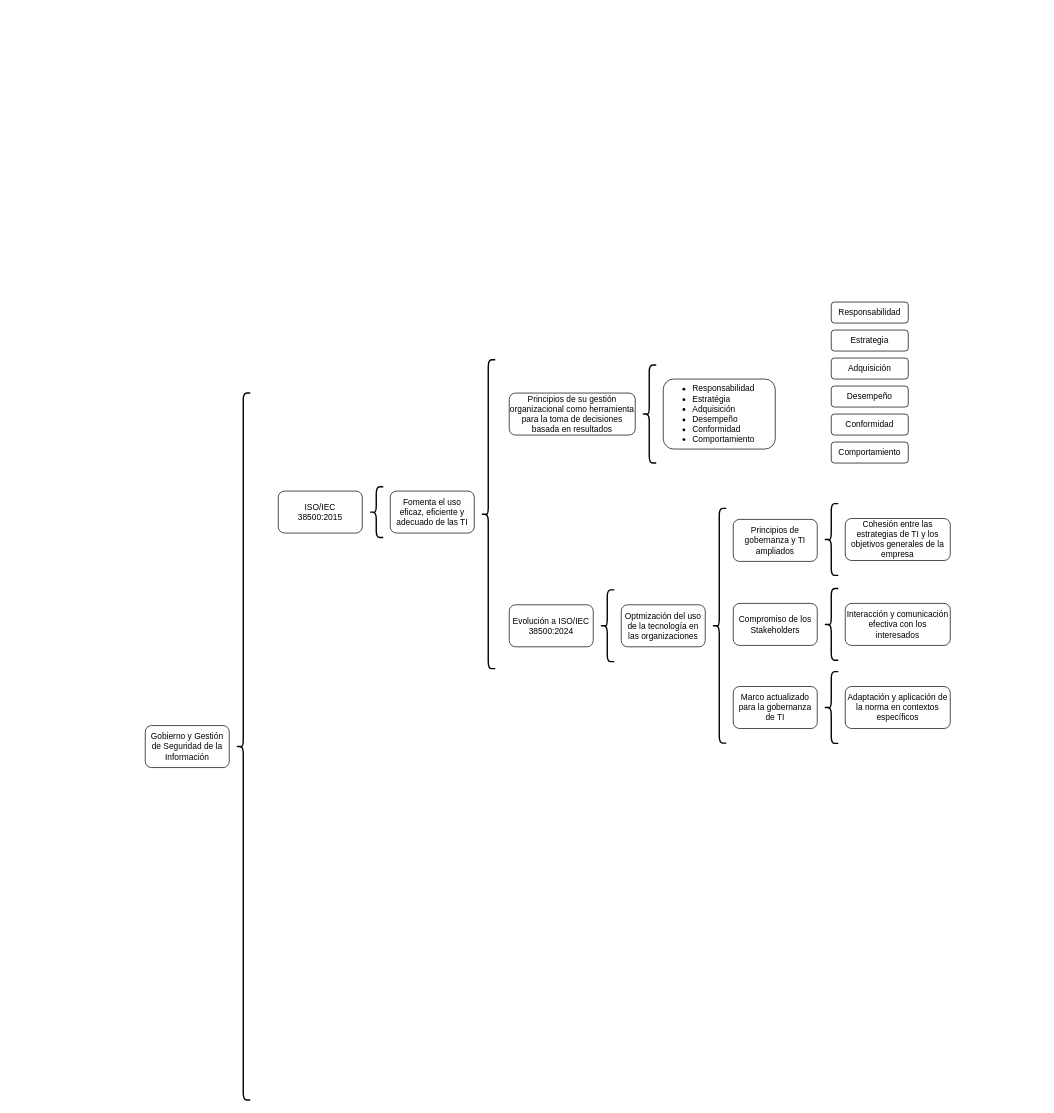
jesusgovanni/diagramas-drawio keeps this draw.io diagram as maestria/Cuadro Sinoptico_Gobierno TI.drawio. Above is the earlier version. Source tidied: cells renumbered, new cells numbered last; positions are measured from the earlier drawing's top-left corner, leaving out a move shared by most shapes. Both pictures are drawn from the tidied source at 70%, with x=0, y=0 at pixel (145, 302).
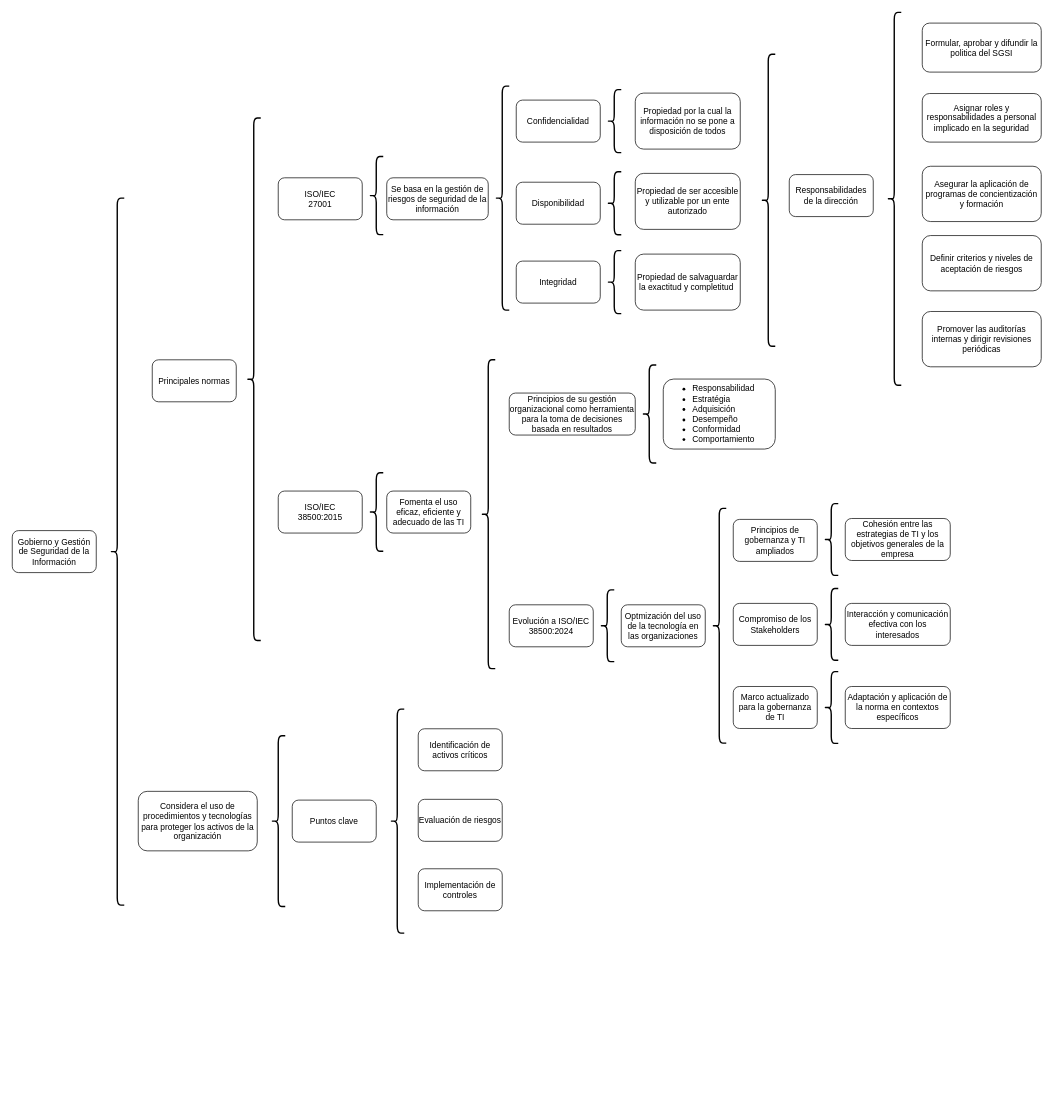
The same page after the edit.

The edit, as a diff of the source:
```diff
@@
     <mxCell id="2" value="Gobierno y Gestión de Seguridad de la Información" style="rounded=1;whiteSpace=wrap;html=1;" parent="1" vertex="1">
-      <mxGeometry y="605" width="120" height="60" as="geometry" />
+      <mxGeometry x="-190" y="326.5" width="120" height="60" as="geometry" />
     </mxCell>
     <mxCell id="3" style="shape=curlyBracket;whiteSpace=wrap;html=1;rounded=1;flipH=1;labelPosition=right;verticalLabelPosition=middle;align=left;verticalAlign=middle;strokeWidth=2;rotation=-180;" parent="1" vertex="1">
-      <mxGeometry x="130" y="130" width="20" height="1010" as="geometry" />
+      <mxGeometry x="-50" y="-148.5" width="20" height="1010" as="geometry" />
     </mxCell>
@@
     <mxCell id="5" style="shape=curlyBracket;whiteSpace=wrap;html=1;rounded=1;flipH=1;labelPosition=right;verticalLabelPosition=middle;align=left;verticalAlign=middle;strokeWidth=2;rotation=-180;" parent="1" vertex="1">
-      <mxGeometry x="320" y="263.8" width="20" height="72.5" as="geometry" />
+      <mxGeometry x="320" y="243.9" width="20" height="112.2" as="geometry" />
     </mxCell>
@@
     <mxCell id="11" value="Fomenta el uso eficaz, eficiente y adecuado de las TI" style="rounded=1;whiteSpace=wrap;html=1;" parent="1" vertex="1">
-      <mxGeometry x="350" y="270" width="120" height="60" as="geometry" />
+      <mxGeometry x="345" y="270" width="120" height="60" as="geometry" />
     </mxCell>
@@
-    <mxCell id="24" value="Responsabilidad" style="rounded=1;whiteSpace=wrap;html=1;" parent="1" vertex="1">
-      <mxGeometry x="980" width="110" height="30" as="geometry" />
-    </mxCell>
-    <mxCell id="25" value="Estrategia" style="rounded=1;whiteSpace=wrap;html=1;" parent="1" vertex="1">
-      <mxGeometry x="980" y="40" width="110" height="30" as="geometry" />
-    </mxCell>
-    <mxCell id="26" value="Adquisición" style="rounded=1;whiteSpace=wrap;html=1;" parent="1" vertex="1">
-      <mxGeometry x="980" y="80" width="110" height="30" as="geometry" />
-    </mxCell>
-    <mxCell id="27" value="Desempeño" style="rounded=1;whiteSpace=wrap;html=1;" parent="1" vertex="1">
-      <mxGeometry x="980" y="120" width="110" height="30" as="geometry" />
-    </mxCell>
-    <mxCell id="28" value="Conformidad" style="rounded=1;whiteSpace=wrap;html=1;" parent="1" vertex="1">
-      <mxGeometry x="980" y="160" width="110" height="30" as="geometry" />
-    </mxCell>
-    <mxCell id="29" value="Comportamiento" style="rounded=1;whiteSpace=wrap;html=1;" parent="1" vertex="1">
-      <mxGeometry x="980" y="200" width="110" height="30" as="geometry" />
-    </mxCell>
+    <mxCell id="30" value="Considera el uso de procedimientos y tecnologías para proteger los activos de la organización" style="rounded=1;whiteSpace=wrap;html=1;" parent="1" vertex="1">
+      <mxGeometry x="-10" y="699" width="170" height="85" as="geometry" />
+    </mxCell>
+    <mxCell id="31" value="Identificación de activos críticos" style="rounded=1;whiteSpace=wrap;html=1;" parent="1" vertex="1">
+      <mxGeometry x="390" y="609.6" width="120" height="60" as="geometry" />
+    </mxCell>
+    <mxCell id="32" value="Evaluación de riesgos" style="rounded=1;whiteSpace=wrap;html=1;" parent="1" vertex="1">
+      <mxGeometry x="390" y="710.4" width="120" height="60" as="geometry" />
+    </mxCell>
+    <mxCell id="33" value="Implementación de controles" style="rounded=1;whiteSpace=wrap;html=1;" parent="1" vertex="1">
+      <mxGeometry x="390" y="809.6" width="120" height="60" as="geometry" />
+    </mxCell>
+    <mxCell id="34" style="shape=curlyBracket;whiteSpace=wrap;html=1;rounded=1;flipH=1;labelPosition=right;verticalLabelPosition=middle;align=left;verticalAlign=middle;strokeWidth=2;rotation=-180;" parent="1" vertex="1">
+      <mxGeometry x="180" y="619.6" width="20" height="243.8" as="geometry" />
+    </mxCell>
+    <mxCell id="35" value="Puntos clave" style="rounded=1;whiteSpace=wrap;html=1;" parent="1" vertex="1">
+      <mxGeometry x="210" y="711.5" width="120" height="60" as="geometry" />
+    </mxCell>
+    <mxCell id="36" style="shape=curlyBracket;whiteSpace=wrap;html=1;rounded=1;flipH=1;labelPosition=right;verticalLabelPosition=middle;align=left;verticalAlign=middle;strokeWidth=2;rotation=-180;" parent="1" vertex="1">
+      <mxGeometry x="350" y="581.5" width="20" height="320" as="geometry" />
+    </mxCell>
+    <mxCell id="37" value="Principales normas" style="rounded=1;whiteSpace=wrap;html=1;" parent="1" vertex="1">
+      <mxGeometry x="10" y="82.5" width="120" height="60" as="geometry" />
+    </mxCell>
+    <mxCell id="38" style="shape=curlyBracket;whiteSpace=wrap;html=1;rounded=1;flipH=1;labelPosition=right;verticalLabelPosition=middle;align=left;verticalAlign=middle;strokeWidth=2;rotation=-180;" parent="1" vertex="1">
+      <mxGeometry x="145" y="-262.9" width="20" height="746.5" as="geometry" />
+    </mxCell>
+    <mxCell id="39" value="ISO/IEC&lt;div&gt;27001&lt;/div&gt;" style="rounded=1;whiteSpace=wrap;html=1;" parent="1" vertex="1">
+      <mxGeometry x="190" y="-177.5" width="120" height="60" as="geometry" />
+    </mxCell>
+    <mxCell id="40" value="Se basa en la gestión de riesgos de seguridad de la información" style="rounded=1;whiteSpace=wrap;html=1;" parent="1" vertex="1">
+      <mxGeometry x="345" y="-177.5" width="145" height="60" as="geometry" />
+    </mxCell>
+    <mxCell id="41" style="shape=curlyBracket;whiteSpace=wrap;html=1;rounded=1;flipH=1;labelPosition=right;verticalLabelPosition=middle;align=left;verticalAlign=middle;strokeWidth=2;rotation=-180;size=0.5;" parent="1" vertex="1">
+      <mxGeometry x="320" y="-207.9" width="20" height="111.6" as="geometry" />
+    </mxCell>
+    <mxCell id="42" value="Confidencialidad" style="rounded=1;whiteSpace=wrap;html=1;" parent="1" vertex="1">
+      <mxGeometry x="530" y="-288.5" width="120" height="60" as="geometry" />
+    </mxCell>
+    <mxCell id="43" value="Disponibilidad" style="rounded=1;whiteSpace=wrap;html=1;" parent="1" vertex="1">
+      <mxGeometry x="530" y="-171.2" width="120" height="60" as="geometry" />
+    </mxCell>
+    <mxCell id="44" value="Integridad" style="rounded=1;whiteSpace=wrap;html=1;" parent="1" vertex="1">
+      <mxGeometry x="530" y="-58.5" width="120" height="60" as="geometry" />
+    </mxCell>
+    <mxCell id="45" value="Propiedad por la cual la información no se pone a disposición de todos" style="rounded=1;whiteSpace=wrap;html=1;" parent="1" vertex="1">
+      <mxGeometry x="700" y="-298.5" width="150" height="80" as="geometry" />
+    </mxCell>
+    <mxCell id="46" value="Propiedad de ser accesible y utilizable por un ente autorizado" style="rounded=1;whiteSpace=wrap;html=1;" parent="1" vertex="1">
+      <mxGeometry x="700" y="-183.8" width="150" height="80" as="geometry" />
+    </mxCell>
+    <mxCell id="47" value="Propiedad de salvaguardar la exactitud y completitud&amp;nbsp;" style="rounded=1;whiteSpace=wrap;html=1;" parent="1" vertex="1">
+      <mxGeometry x="700" y="-68.5" width="150" height="80" as="geometry" />
+    </mxCell>
+    <mxCell id="48" style="shape=curlyBracket;whiteSpace=wrap;html=1;rounded=1;flipH=1;labelPosition=right;verticalLabelPosition=middle;align=left;verticalAlign=middle;strokeWidth=2;rotation=-180;" parent="1" vertex="1">
+      <mxGeometry x="500" y="-308.5" width="20" height="320" as="geometry" />
+    </mxCell>
+    <mxCell id="49" style="shape=curlyBracket;whiteSpace=wrap;html=1;rounded=1;flipH=1;labelPosition=right;verticalLabelPosition=middle;align=left;verticalAlign=middle;strokeWidth=2;rotation=-180;" parent="1" vertex="1">
+      <mxGeometry x="660" y="-303.5" width="20" height="90" as="geometry" />
+    </mxCell>
+    <mxCell id="50" style="shape=curlyBracket;whiteSpace=wrap;html=1;rounded=1;flipH=1;labelPosition=right;verticalLabelPosition=middle;align=left;verticalAlign=middle;strokeWidth=2;rotation=-180;" parent="1" vertex="1">
+      <mxGeometry x="660" y="-186.2" width="20" height="90" as="geometry" />
+    </mxCell>
+    <mxCell id="51" style="shape=curlyBracket;whiteSpace=wrap;html=1;rounded=1;flipH=1;labelPosition=right;verticalLabelPosition=middle;align=left;verticalAlign=middle;strokeWidth=2;rotation=-180;" parent="1" vertex="1">
+      <mxGeometry x="660" y="-73.5" width="20" height="90" as="geometry" />
+    </mxCell>
+    <mxCell id="52" style="shape=curlyBracket;whiteSpace=wrap;html=1;rounded=1;flipH=1;labelPosition=right;verticalLabelPosition=middle;align=left;verticalAlign=middle;strokeWidth=2;rotation=-180;" parent="1" vertex="1">
+      <mxGeometry x="880" y="-354" width="20" height="417.2" as="geometry" />
+    </mxCell>
+    <mxCell id="53" value="Responsabilidades de la dirección" style="rounded=1;whiteSpace=wrap;html=1;" parent="1" vertex="1">
+      <mxGeometry x="920" y="-182.1" width="120" height="60" as="geometry" />
+    </mxCell>
+    <mxCell id="54" value="Formular, aprobar y difundir la politica del SGSI" style="rounded=1;whiteSpace=wrap;html=1;" parent="1" vertex="1">
+      <mxGeometry x="1110" y="-398.5" width="170" height="70" as="geometry" />
+    </mxCell>
+    <mxCell id="55" value="Asignar roles y responsabilidades a personal implicado en la seguridad" style="rounded=1;whiteSpace=wrap;html=1;" parent="1" vertex="1">
+      <mxGeometry x="1110" y="-297.9" width="170" height="69.4" as="geometry" />
+    </mxCell>
+    <mxCell id="56" value="Asegurar la aplicación de programas de concientización y formación" style="rounded=1;whiteSpace=wrap;html=1;" parent="1" vertex="1">
+      <mxGeometry x="1110" y="-194" width="170" height="79" as="geometry" />
+    </mxCell>
+    <mxCell id="57" value="Definir criterios y niveles de aceptación de riesgos" style="rounded=1;whiteSpace=wrap;html=1;" parent="1" vertex="1">
+      <mxGeometry x="1110" y="-95" width="170" height="79" as="geometry" />
+    </mxCell>
+    <mxCell id="58" value="Promover las auditorías internas y dirigir revisiones periódicas" style="rounded=1;whiteSpace=wrap;html=1;" parent="1" vertex="1">
+      <mxGeometry x="1110" y="13.5" width="170" height="79" as="geometry" />
+    </mxCell>
+    <mxCell id="59" style="shape=curlyBracket;whiteSpace=wrap;html=1;rounded=1;flipH=1;labelPosition=right;verticalLabelPosition=middle;align=left;verticalAlign=middle;strokeWidth=2;rotation=-180;" parent="1" vertex="1">
+      <mxGeometry x="1060" y="-413.8" width="20" height="532.6" as="geometry" />
+    </mxCell>
```
